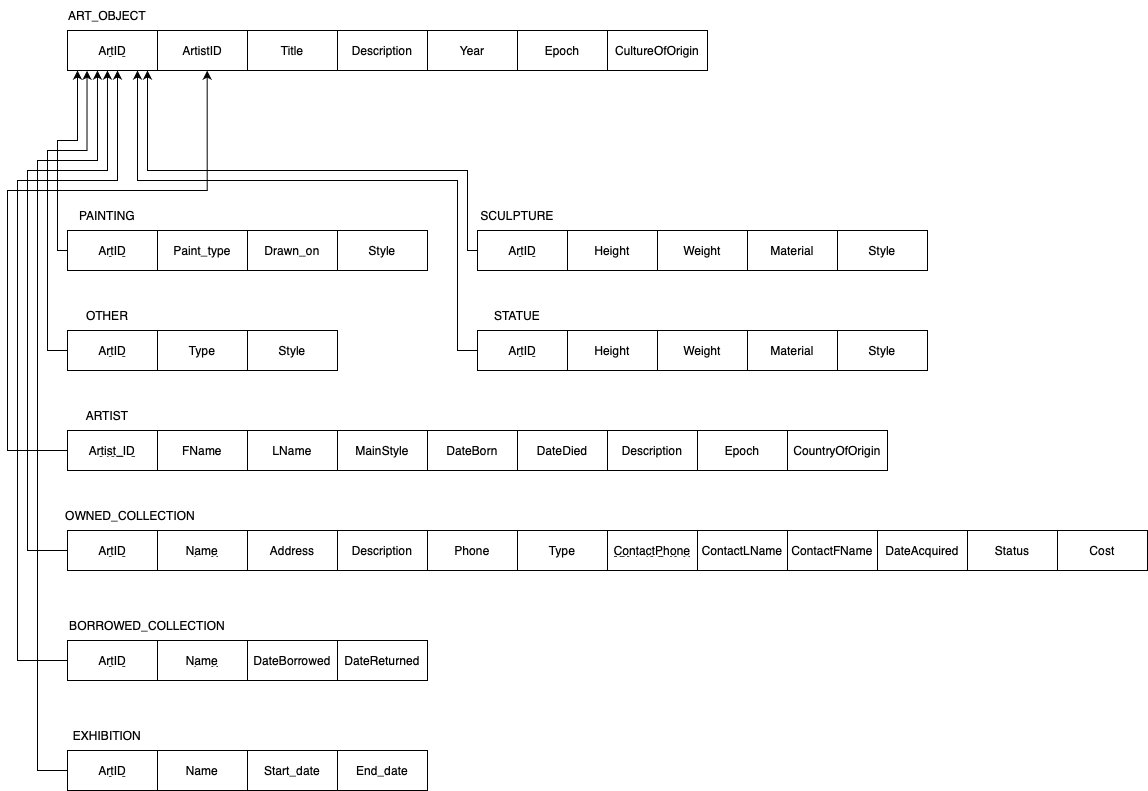
Before: 300 Final Project Relational Model.drawio.png, a diagram exported from draw.io (Maan-Khedr-ENSF-300/museum-project-coolkids87). Source tidied: cells renumbered, new cells last; positions are measured from the earlier drawing's top-left corner, leaving out a move shared by most shapes.
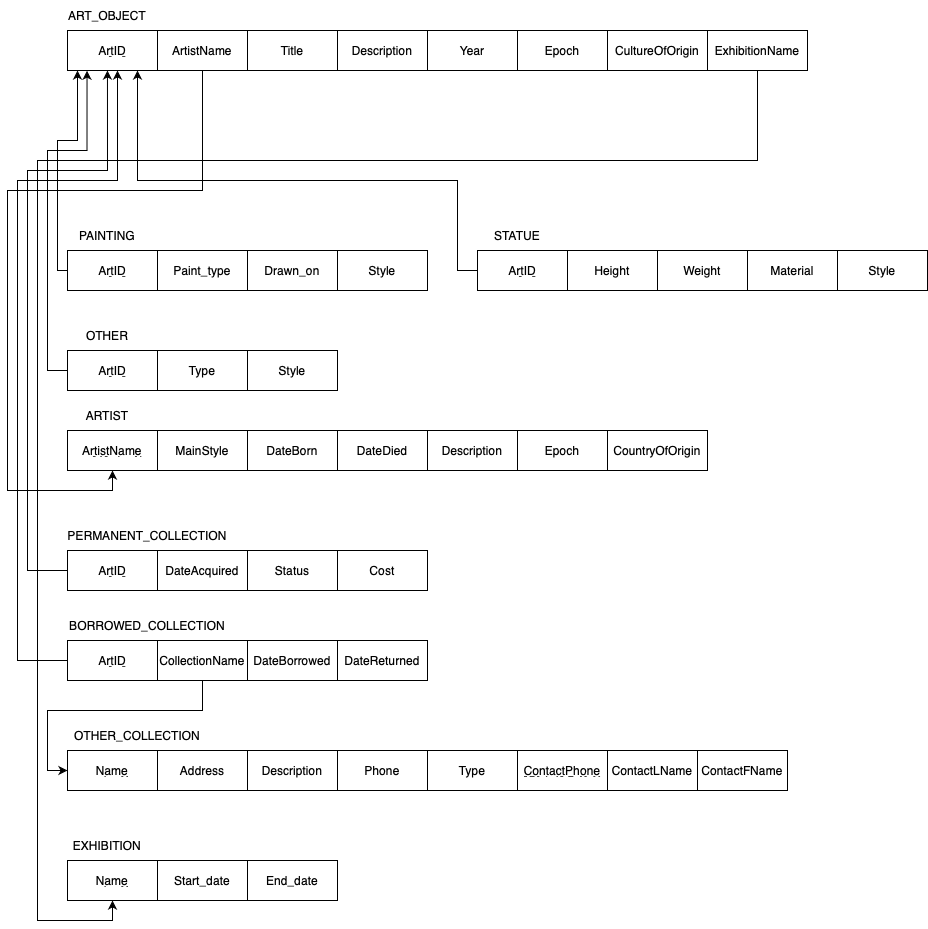
After the change.

The edit, as a diff of the source:
```diff
@@ -11,26 +11,26 @@
     <mxCell id="4" style="edgeStyle=orthogonalEdgeStyle;rounded=0;jettySize=auto;html=1;exitX=0;exitY=0.5;exitDx=0;exitDy=0;" parent="1" edge="1" source="5" target="2">
       <mxGeometry relative="1" as="geometry">
         <Array as="points">
-          <mxPoint x="50" y="250" />
+          <mxPoint x="50" y="270" />
           <mxPoint x="50" y="140" />
           <mxPoint x="70" y="140" />
         </Array>
       </mxGeometry>
     </mxCell>
     <mxCell id="5" value="&lt;u&gt;ArtID&lt;/u&gt;" style="rounded=0;whiteSpace=wrap;html=1;" parent="1" vertex="1">
-      <mxGeometry x="60" y="230" width="90" height="40" as="geometry" />
+      <mxGeometry x="60" y="250" width="90" height="40" as="geometry" />
     </mxCell>
     <mxCell id="6" value="PAINTING" style="text;html=1;strokeColor=none;fillColor=none;align=center;verticalAlign=middle;whiteSpace=wrap;rounded=0;" parent="1" vertex="1">
-      <mxGeometry x="60" y="200" width="80" height="30" as="geometry" />
+      <mxGeometry x="60" y="220" width="80" height="30" as="geometry" />
     </mxCell>
     <mxCell id="7" value="Paint_type" style="rounded=0;whiteSpace=wrap;html=1;" parent="1" vertex="1">
-      <mxGeometry x="150" y="230" width="90" height="40" as="geometry" />
+      <mxGeometry x="150" y="250" width="90" height="40" as="geometry" />
     </mxCell>
     <mxCell id="8" value="Drawn_on" style="rounded=0;whiteSpace=wrap;html=1;" parent="1" vertex="1">
-      <mxGeometry x="240" y="230" width="90" height="40" as="geometry" />
+      <mxGeometry x="240" y="250" width="90" height="40" as="geometry" />
     </mxCell>
     <mxCell id="9" value="Style" style="rounded=0;whiteSpace=wrap;html=1;" parent="1" vertex="1">
-      <mxGeometry x="330" y="230" width="90" height="40" as="geometry" />
+      <mxGeometry x="330" y="250" width="90" height="40" as="geometry" />
     </mxCell>
     <mxCell id="10" value="Description" style="rounded=0;whiteSpace=wrap;html=1;" parent="1" vertex="1">
       <mxGeometry x="330" y="30" width="90" height="40" as="geometry" />
@@ -47,175 +47,109 @@
     <mxCell id="14" value="Title" style="rounded=0;whiteSpace=wrap;html=1;" parent="1" vertex="1">
       <mxGeometry x="240" y="30" width="90" height="40" as="geometry" />
     </mxCell>
-    <mxCell id="15" style="edgeStyle=orthogonalEdgeStyle;rounded=0;jettySize=auto;html=1;exitX=0;exitY=0.5;exitDx=0;exitDy=0;" parent="1" edge="1" source="16">
-      <mxGeometry relative="1" as="geometry">
-        <mxPoint x="140" y="70" as="targetPoint" />
-        <Array as="points">
-          <mxPoint x="460" y="250" />
-          <mxPoint x="460" y="170" />
-          <mxPoint x="140" y="170" />
-        </Array>
-      </mxGeometry>
-    </mxCell>
-    <mxCell id="16" value="&lt;u&gt;ArtID&lt;/u&gt;" style="rounded=0;whiteSpace=wrap;html=1;" parent="1" vertex="1">
-      <mxGeometry x="470" y="230" width="90" height="40" as="geometry" />
-    </mxCell>
-    <mxCell id="17" value="SCULPTURE" style="text;html=1;strokeColor=none;fillColor=none;align=center;verticalAlign=middle;whiteSpace=wrap;rounded=0;" parent="1" vertex="1">
-      <mxGeometry x="470" y="200" width="80" height="30" as="geometry" />
-    </mxCell>
-    <mxCell id="18" value="Height" style="rounded=0;whiteSpace=wrap;html=1;" parent="1" vertex="1">
-      <mxGeometry x="560" y="230" width="90" height="40" as="geometry" />
-    </mxCell>
-    <mxCell id="19" value="Weight" style="rounded=0;whiteSpace=wrap;html=1;" parent="1" vertex="1">
-      <mxGeometry x="650" y="230" width="90" height="40" as="geometry" />
-    </mxCell>
-    <mxCell id="20" value="Material" style="rounded=0;whiteSpace=wrap;html=1;" parent="1" vertex="1">
-      <mxGeometry x="740" y="230" width="90" height="40" as="geometry" />
-    </mxCell>
-    <mxCell id="21" value="Style" style="rounded=0;whiteSpace=wrap;html=1;" parent="1" vertex="1">
-      <mxGeometry x="830" y="230" width="90" height="40" as="geometry" />
-    </mxCell>
     <mxCell id="22" style="edgeStyle=orthogonalEdgeStyle;rounded=0;jettySize=auto;html=1;exitX=0;exitY=0.5;exitDx=0;exitDy=0;" parent="1" edge="1" source="23" target="2">
       <mxGeometry relative="1" as="geometry">
         <Array as="points">
-          <mxPoint x="450" y="350" />
+          <mxPoint x="450" y="270" />
           <mxPoint x="450" y="180" />
           <mxPoint x="130" y="180" />
         </Array>
       </mxGeometry>
     </mxCell>
     <mxCell id="23" value="&lt;u&gt;ArtID&lt;/u&gt;" style="rounded=0;whiteSpace=wrap;html=1;" parent="1" vertex="1">
-      <mxGeometry x="470" y="330" width="90" height="40" as="geometry" />
+      <mxGeometry x="470" y="250" width="90" height="40" as="geometry" />
     </mxCell>
     <mxCell id="24" value="STATUE" style="text;html=1;strokeColor=none;fillColor=none;align=center;verticalAlign=middle;whiteSpace=wrap;rounded=0;" parent="1" vertex="1">
-      <mxGeometry x="470" y="300" width="80" height="30" as="geometry" />
+      <mxGeometry x="470" y="220" width="80" height="30" as="geometry" />
     </mxCell>
     <mxCell id="25" value="Height" style="rounded=0;whiteSpace=wrap;html=1;" parent="1" vertex="1">
-      <mxGeometry x="560" y="330" width="90" height="40" as="geometry" />
+      <mxGeometry x="560" y="250" width="90" height="40" as="geometry" />
     </mxCell>
     <mxCell id="26" value="Weight" style="rounded=0;whiteSpace=wrap;html=1;" parent="1" vertex="1">
-      <mxGeometry x="650" y="330" width="90" height="40" as="geometry" />
+      <mxGeometry x="650" y="250" width="90" height="40" as="geometry" />
     </mxCell>
     <mxCell id="27" value="Material" style="rounded=0;whiteSpace=wrap;html=1;" parent="1" vertex="1">
-      <mxGeometry x="740" y="330" width="90" height="40" as="geometry" />
+      <mxGeometry x="740" y="250" width="90" height="40" as="geometry" />
     </mxCell>
     <mxCell id="28" value="Style" style="rounded=0;whiteSpace=wrap;html=1;" parent="1" vertex="1">
-      <mxGeometry x="830" y="330" width="90" height="40" as="geometry" />
+      <mxGeometry x="830" y="250" width="90" height="40" as="geometry" />
     </mxCell>
-    <mxCell id="29" style="edgeStyle=orthogonalEdgeStyle;rounded=0;jettySize=auto;html=1;exitX=0;exitY=0.5;exitDx=0;exitDy=0;entryX=0.333;entryY=1;entryDx=0;entryDy=0;entryPerimeter=0;" parent="1" edge="1" source="43" target="2">
-      <mxGeometry relative="1" as="geometry">
-        <Array as="points">
-          <mxPoint x="30" y="770" />
-          <mxPoint x="30" y="160" />
-          <mxPoint x="90" y="160" />
-        </Array>
-      </mxGeometry>
-    </mxCell>
     <mxCell id="30" value="&lt;u&gt;ArtID&lt;/u&gt;" style="rounded=0;whiteSpace=wrap;html=1;" parent="1" vertex="1">
-      <mxGeometry x="60" y="330" width="90" height="40" as="geometry" />
+      <mxGeometry x="60" y="350" width="90" height="40" as="geometry" />
     </mxCell>
     <mxCell id="31" value="OTHER" style="text;html=1;strokeColor=none;fillColor=none;align=center;verticalAlign=middle;whiteSpace=wrap;rounded=0;" parent="1" vertex="1">
-      <mxGeometry x="60" y="300" width="80" height="30" as="geometry" />
+      <mxGeometry x="60" y="320" width="80" height="30" as="geometry" />
     </mxCell>
     <mxCell id="32" value="Type" style="rounded=0;whiteSpace=wrap;html=1;" parent="1" vertex="1">
-      <mxGeometry x="150" y="330" width="90" height="40" as="geometry" />
+      <mxGeometry x="150" y="350" width="90" height="40" as="geometry" />
     </mxCell>
     <mxCell id="33" value="Style" style="rounded=0;whiteSpace=wrap;html=1;" parent="1" vertex="1">
-      <mxGeometry x="240" y="330" width="90" height="40" as="geometry" />
+      <mxGeometry x="240" y="350" width="90" height="40" as="geometry" />
     </mxCell>
     <mxCell id="34" value="ARTIST" style="text;html=1;strokeColor=none;fillColor=none;align=center;verticalAlign=middle;whiteSpace=wrap;rounded=0;" parent="1" vertex="1">
       <mxGeometry x="60" y="400" width="80" height="30" as="geometry" />
     </mxCell>
-    <mxCell id="35" value="FName" style="rounded=0;whiteSpace=wrap;html=1;" parent="1" vertex="1">
-      <mxGeometry x="150" y="430" width="90" height="40" as="geometry" />
+    <mxCell id="35" value="ArtistName" style="rounded=0;whiteSpace=wrap;html=1;fontStyle=4;" parent="1" vertex="1">
+      <mxGeometry x="60" y="430" width="90" height="40" as="geometry" />
     </mxCell>
-    <mxCell id="36" value="LName" style="rounded=0;whiteSpace=wrap;html=1;" parent="1" vertex="1">
-      <mxGeometry x="240" y="430" width="90" height="40" as="geometry" />
-    </mxCell>
     <mxCell id="37" value="MainStyle" style="rounded=0;whiteSpace=wrap;html=1;" parent="1" vertex="1">
-      <mxGeometry x="330" y="430" width="90" height="40" as="geometry" />
+      <mxGeometry x="150" y="430" width="90" height="40" as="geometry" />
     </mxCell>
     <mxCell id="38" value="DateBorn" style="rounded=0;whiteSpace=wrap;html=1;" parent="1" vertex="1">
-      <mxGeometry x="420" y="430" width="90" height="40" as="geometry" />
+      <mxGeometry x="240" y="430" width="90" height="40" as="geometry" />
     </mxCell>
     <mxCell id="39" value="DateDied" style="rounded=0;whiteSpace=wrap;html=1;" parent="1" vertex="1">
-      <mxGeometry x="510" y="430" width="90" height="40" as="geometry" />
+      <mxGeometry x="330" y="430" width="90" height="40" as="geometry" />
     </mxCell>
     <mxCell id="40" value="Description" style="rounded=0;whiteSpace=wrap;html=1;" parent="1" vertex="1">
-      <mxGeometry x="600" y="430" width="90" height="40" as="geometry" />
+      <mxGeometry x="420" y="430" width="90" height="40" as="geometry" />
     </mxCell>
     <mxCell id="41" value="Epoch" style="rounded=0;whiteSpace=wrap;html=1;" parent="1" vertex="1">
-      <mxGeometry x="690" y="430" width="90" height="40" as="geometry" />
+      <mxGeometry x="510" y="430" width="90" height="40" as="geometry" />
     </mxCell>
     <mxCell id="42" value="CountryOfOrigin" style="rounded=0;whiteSpace=wrap;html=1;" parent="1" vertex="1">
-      <mxGeometry x="780" y="430" width="100" height="40" as="geometry" />
+      <mxGeometry x="600" y="430" width="100" height="40" as="geometry" />
     </mxCell>
-    <mxCell id="43" value="&lt;u&gt;ArtID&lt;/u&gt;" style="rounded=0;whiteSpace=wrap;html=1;" parent="1" vertex="1">
-      <mxGeometry x="60" y="750" width="90" height="40" as="geometry" />
-    </mxCell>
-    <mxCell id="44" style="edgeStyle=orthogonalEdgeStyle;rounded=0;jettySize=auto;html=1;startArrow=classic;startFill=1;endArrow=none;endFill=0;exitX=0.552;exitY=1.003;exitDx=0;exitDy=0;exitPerimeter=0;entryX=0;entryY=0.5;entryDx=0;entryDy=0;" parent="1" edge="1" source="68" target="67">
+    <mxCell id="44" style="edgeStyle=orthogonalEdgeStyle;rounded=0;jettySize=auto;html=1;startArrow=none;startFill=0;endArrow=classic;endFill=1;exitX=0.5;exitY=1;exitDx=0;exitDy=0;entryX=0.5;entryY=1;entryDx=0;entryDy=0;" parent="1" edge="1" source="73" target="35">
       <mxGeometry relative="1" as="geometry">
         <Array as="points">
-          <mxPoint x="200" y="190" />
+          <mxPoint x="195" y="190" />
           <mxPoint y="190" />
-          <mxPoint y="450" />
+          <mxPoint y="490" />
+          <mxPoint x="105" y="490" />
         </Array>
       </mxGeometry>
     </mxCell>
     <mxCell id="45" value="EXHIBITION" style="text;html=1;strokeColor=none;fillColor=none;align=center;verticalAlign=middle;whiteSpace=wrap;rounded=0;" parent="1" vertex="1">
-      <mxGeometry x="60" y="720" width="80" height="30" as="geometry" />
+      <mxGeometry x="60" y="830" width="80" height="30" as="geometry" />
     </mxCell>
     <mxCell id="46" value="End_date" style="rounded=0;whiteSpace=wrap;html=1;" parent="1" vertex="1">
-      <mxGeometry x="330" y="750" width="90" height="40" as="geometry" />
+      <mxGeometry x="240" y="860" width="90" height="40" as="geometry" />
     </mxCell>
-    <mxCell id="47" value="Name" style="rounded=0;whiteSpace=wrap;html=1;" parent="1" vertex="1">
-      <mxGeometry x="150" y="750" width="90" height="40" as="geometry" />
+    <mxCell id="47" value="&lt;u&gt;Name&lt;/u&gt;" style="rounded=0;whiteSpace=wrap;html=1;" parent="1" vertex="1">
+      <mxGeometry x="60" y="860" width="90" height="40" as="geometry" />
     </mxCell>
     <mxCell id="48" style="edgeStyle=orthogonalEdgeStyle;rounded=0;jettySize=auto;html=1;exitX=0;exitY=0.5;exitDx=0;exitDy=0;entryX=0.444;entryY=1;entryDx=0;entryDy=0;entryPerimeter=0;" parent="1" edge="1" source="66" target="2">
       <mxGeometry relative="1" as="geometry">
         <Array as="points">
-          <mxPoint x="20" y="550" />
+          <mxPoint x="20" y="570" />
           <mxPoint x="20" y="170" />
           <mxPoint x="100" y="170" />
         </Array>
       </mxGeometry>
     </mxCell>
     <mxCell id="49" value="Start_date" style="rounded=0;whiteSpace=wrap;html=1;" parent="1" vertex="1">
-      <mxGeometry x="240" y="750" width="90" height="40" as="geometry" />
+      <mxGeometry x="150" y="860" width="90" height="40" as="geometry" />
     </mxCell>
-    <mxCell id="50" value="OWNED_COLLECTION" style="text;html=1;strokeColor=none;fillColor=none;align=center;verticalAlign=middle;whiteSpace=wrap;rounded=0;" parent="1" vertex="1">
-      <mxGeometry x="83" y="500" width="80" height="30" as="geometry" />
+    <mxCell id="50" value="PERMANENT_COLLECTION" style="text;html=1;strokeColor=none;fillColor=none;align=center;verticalAlign=middle;whiteSpace=wrap;rounded=0;" parent="1" vertex="1">
+      <mxGeometry x="100" y="520" width="80" height="30" as="geometry" />
     </mxCell>
-    <mxCell id="51" value="&lt;u&gt;Name&lt;/u&gt;" style="rounded=0;whiteSpace=wrap;html=1;" parent="1" vertex="1">
-      <mxGeometry x="150" y="530" width="90" height="40" as="geometry" />
-    </mxCell>
-    <mxCell id="52" value="Address" style="rounded=0;whiteSpace=wrap;html=1;" parent="1" vertex="1">
-      <mxGeometry x="240" y="530" width="90" height="40" as="geometry" />
-    </mxCell>
-    <mxCell id="53" value="Description" style="rounded=0;whiteSpace=wrap;html=1;" parent="1" vertex="1">
-      <mxGeometry x="330" y="530" width="90" height="40" as="geometry" />
-    </mxCell>
-    <mxCell id="54" value="Phone" style="rounded=0;whiteSpace=wrap;html=1;" parent="1" vertex="1">
-      <mxGeometry x="420" y="530" width="90" height="40" as="geometry" />
-    </mxCell>
-    <mxCell id="55" value="Type" style="rounded=0;whiteSpace=wrap;html=1;" parent="1" vertex="1">
-      <mxGeometry x="510" y="530" width="90" height="40" as="geometry" />
-    </mxCell>
-    <mxCell id="56" value="&lt;u&gt;ContactPhone&lt;/u&gt;" style="rounded=0;whiteSpace=wrap;html=1;" parent="1" vertex="1">
-      <mxGeometry x="600" y="530" width="90" height="40" as="geometry" />
-    </mxCell>
-    <mxCell id="57" value="ContactFName" style="rounded=0;whiteSpace=wrap;html=1;" parent="1" vertex="1">
-      <mxGeometry x="780" y="530" width="90" height="40" as="geometry" />
-    </mxCell>
-    <mxCell id="58" value="ContactLName" style="rounded=0;whiteSpace=wrap;html=1;" parent="1" vertex="1">
-      <mxGeometry x="690" y="530" width="90" height="40" as="geometry" />
-    </mxCell>
     <mxCell id="59" style="edgeStyle=orthogonalEdgeStyle;rounded=0;jettySize=auto;html=1;entryX=0.217;entryY=1.005;entryDx=0;entryDy=0;entryPerimeter=0;" parent="1" edge="1" target="2">
       <mxGeometry relative="1" as="geometry">
-        <mxPoint x="60" y="350" as="sourcePoint" />
+        <mxPoint x="60" y="370" as="sourcePoint" />
         <Array as="points">
-          <mxPoint x="60" y="350" />
-          <mxPoint x="40" y="350" />
+          <mxPoint x="60" y="370" />
+          <mxPoint x="40" y="370" />
           <mxPoint x="40" y="150" />
           <mxPoint x="80" y="150" />
         </Array>
@@ -224,7 +158,16 @@
     <mxCell id="60" value="BORROWED_COLLECTION" style="text;html=1;strokeColor=none;fillColor=none;align=center;verticalAlign=middle;whiteSpace=wrap;rounded=0;" parent="1" vertex="1">
       <mxGeometry x="100" y="610" width="80" height="30" as="geometry" />
     </mxCell>
+    <mxCell id="72" style="edgeStyle=orthogonalEdgeStyle;rounded=0;jettySize=auto;html=1;exitX=0.5;exitY=1;exitDx=0;exitDy=0;entryX=0;entryY=0.5;entryDx=0;entryDy=0;startArrow=none;startFill=0;endArrow=classic;endFill=1;" parent="1" edge="1" source="61" target="51">
+      <mxGeometry relative="1" as="geometry">
+        <Array as="points">
+          <mxPoint x="195" y="710" />
+          <mxPoint x="40" y="710" />
+          <mxPoint x="40" y="770" />
+        </Array>
+      </mxGeometry>
+    </mxCell>
-    <mxCell id="61" value="&lt;u&gt;Name&lt;/u&gt;" style="rounded=0;whiteSpace=wrap;html=1;" parent="1" vertex="1">
+    <mxCell id="61" value="&lt;span&gt;CollectionName&lt;/span&gt;" style="rounded=0;whiteSpace=wrap;html=1;fontStyle=0;" parent="1" vertex="1">
       <mxGeometry x="150" y="640" width="90" height="40" as="geometry" />
     </mxCell>
     <mxCell id="62" value="DateBorrowed" style="rounded=0;whiteSpace=wrap;html=1;" parent="1" vertex="1">
@@ -247,22 +190,59 @@
       <mxGeometry x="60" y="640" width="90" height="40" as="geometry" />
     </mxCell>
     <mxCell id="66" value="&lt;u&gt;ArtID&lt;/u&gt;" style="rounded=0;whiteSpace=wrap;html=1;" parent="1" vertex="1">
-      <mxGeometry x="60" y="530" width="90" height="40" as="geometry" />
+      <mxGeometry x="60" y="550" width="90" height="40" as="geometry" />
     </mxCell>
-    <mxCell id="67" value="&lt;u&gt;Artist_ID&lt;/u&gt;" style="rounded=0;whiteSpace=wrap;html=1;" parent="1" vertex="1">
-      <mxGeometry x="60" y="430" width="90" height="40" as="geometry" />
-    </mxCell>
-    <mxCell id="68" value="ArtistID" style="rounded=0;whiteSpace=wrap;html=1;" parent="1" vertex="1">
-      <mxGeometry x="150" y="30" width="90" height="40" as="geometry" />
-    </mxCell>
     <mxCell id="69" value="Status" style="rounded=0;whiteSpace=wrap;html=1;" parent="1" vertex="1">
-      <mxGeometry x="960" y="530" width="90" height="40" as="geometry" />
+      <mxGeometry x="240" y="550" width="90" height="40" as="geometry" />
     </mxCell>
     <mxCell id="70" value="DateAcquired" style="rounded=0;whiteSpace=wrap;html=1;" parent="1" vertex="1">
-      <mxGeometry x="870" y="530" width="90" height="40" as="geometry" />
+      <mxGeometry x="150" y="550" width="90" height="40" as="geometry" />
     </mxCell>
     <mxCell id="71" value="Cost" style="rounded=0;whiteSpace=wrap;html=1;" parent="1" vertex="1">
-      <mxGeometry x="1050" y="530" width="90" height="40" as="geometry" />
+      <mxGeometry x="330" y="550" width="90" height="40" as="geometry" />
     </mxCell>
+    <mxCell id="73" value="ArtistName" style="rounded=0;whiteSpace=wrap;html=1;fontStyle=0;" parent="1" vertex="1">
+      <mxGeometry x="150" y="30" width="90" height="40" as="geometry" />
+    </mxCell>
+    <mxCell id="74" value="ExhibitionName" style="rounded=0;whiteSpace=wrap;html=1;" parent="1" vertex="1">
+      <mxGeometry x="700" y="30" width="100" height="40" as="geometry" />
+    </mxCell>
+    <mxCell id="75" style="edgeStyle=orthogonalEdgeStyle;rounded=0;jettySize=auto;html=1;startArrow=none;startFill=0;endArrow=classic;endFill=1;exitX=0.5;exitY=1;exitDx=0;exitDy=0;entryX=0.5;entryY=1;entryDx=0;entryDy=0;" parent="1" edge="1" source="74" target="47">
+      <mxGeometry relative="1" as="geometry">
+        <Array as="points">
+          <mxPoint x="750" y="160" />
+          <mxPoint x="30" y="160" />
+          <mxPoint x="30" y="920" />
+          <mxPoint x="105" y="920" />
+        </Array>
+      </mxGeometry>
+    </mxCell>
+    <mxCell id="76" value="OTHER_COLLECTION" style="text;html=1;strokeColor=none;fillColor=none;align=center;verticalAlign=middle;whiteSpace=wrap;rounded=0;" parent="1" vertex="1">
+      <mxGeometry x="90" y="720" width="80" height="30" as="geometry" />
+    </mxCell>
+    <mxCell id="55" value="Type" style="rounded=0;whiteSpace=wrap;html=1;" parent="1" vertex="1">
+      <mxGeometry x="420" y="750" width="90" height="40" as="geometry" />
+    </mxCell>
+    <mxCell id="51" value="&lt;u&gt;Name&lt;/u&gt;" style="rounded=0;whiteSpace=wrap;html=1;" parent="1" vertex="1">
+      <mxGeometry x="60" y="750" width="90" height="40" as="geometry" />
+    </mxCell>
+    <mxCell id="56" value="&lt;u&gt;ContactPhone&lt;/u&gt;" style="rounded=0;whiteSpace=wrap;html=1;" parent="1" vertex="1">
+      <mxGeometry x="510" y="750" width="90" height="40" as="geometry" />
+    </mxCell>
+    <mxCell id="57" value="ContactFName" style="rounded=0;whiteSpace=wrap;html=1;" parent="1" vertex="1">
+      <mxGeometry x="690" y="750" width="90" height="40" as="geometry" />
+    </mxCell>
+    <mxCell id="58" value="ContactLName" style="rounded=0;whiteSpace=wrap;html=1;" parent="1" vertex="1">
+      <mxGeometry x="600" y="750" width="90" height="40" as="geometry" />
+    </mxCell>
+    <mxCell id="52" value="Address" style="rounded=0;whiteSpace=wrap;html=1;" parent="1" vertex="1">
+      <mxGeometry x="150" y="750" width="90" height="40" as="geometry" />
+    </mxCell>
+    <mxCell id="53" value="Description" style="rounded=0;whiteSpace=wrap;html=1;" parent="1" vertex="1">
+      <mxGeometry x="240" y="750" width="90" height="40" as="geometry" />
+    </mxCell>
+    <mxCell id="54" value="Phone" style="rounded=0;whiteSpace=wrap;html=1;" parent="1" vertex="1">
+      <mxGeometry x="330" y="750" width="90" height="40" as="geometry" />
+    </mxCell>
   </root>
 </mxGraphModel>
```
